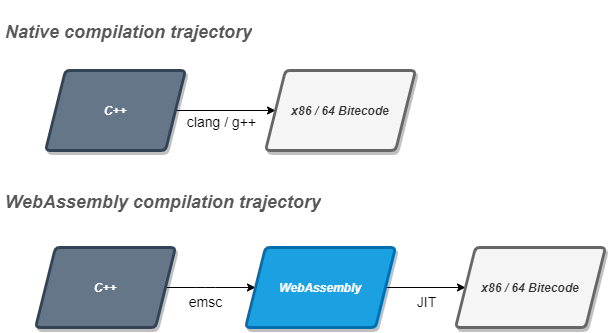
This is proposal/schemas/wasm-performance/wasm-perf.png from the-red-feather/thesis, a draw.io export, as it was before one commit. Source tidied: cells renumbered, new cells last; positions are measured from the earlier drawing's top-left corner, leaving out a move shared by most shapes.
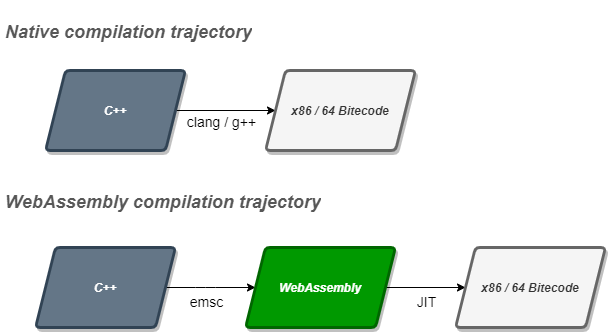
After the commit.

Commit message:
added some schemas, changed some others

Change to the diagram source:
```diff
@@ -31,7 +31,7 @@
         <mxPoint x="-8" y="13" as="offset" />
       </mxGeometry>
     </mxCell>
-    <mxCell id="9" value="&lt;b&gt;&lt;i&gt;WebAssembly&lt;/i&gt;&lt;/b&gt;" style="shape=parallelogram;perimeter=parallelogramPerimeter;whiteSpace=wrap;html=1;fixedSize=1;fillColor=#1ba1e2;strokeColor=#006EAF;fontColor=#ffffff;rounded=1;strokeWidth=3;arcSize=9;shadow=1;fontFamily=Helvetica;" parent="1" vertex="1">
+    <mxCell id="9" value="&lt;b&gt;&lt;i&gt;WebAssembly&lt;/i&gt;&lt;/b&gt;" style="shape=parallelogram;perimeter=parallelogramPerimeter;whiteSpace=wrap;html=1;fixedSize=1;fillColor=#009900;strokeColor=#006600;fontColor=#ffffff;rounded=1;strokeWidth=3;arcSize=9;shadow=1;fontFamily=Helvetica;" parent="1" vertex="1">
       <mxGeometry x="245" y="237" width="150" height="80" as="geometry" />
     </mxCell>
     <mxCell id="10" value="&lt;b&gt;&lt;i&gt;x86 / 64&amp;nbsp;&lt;/i&gt;&lt;/b&gt;&lt;b&gt;&lt;i&gt;Bitecode&lt;br&gt;&lt;/i&gt;&lt;/b&gt;" style="shape=parallelogram;perimeter=parallelogramPerimeter;whiteSpace=wrap;html=1;fixedSize=1;rounded=1;strokeWidth=3;arcSize=9;shadow=1;fontFamily=Helvetica;fontColor=#333333;strokeColor=#666666;fillColor=#f5f5f5;" parent="1" vertex="1">
```
